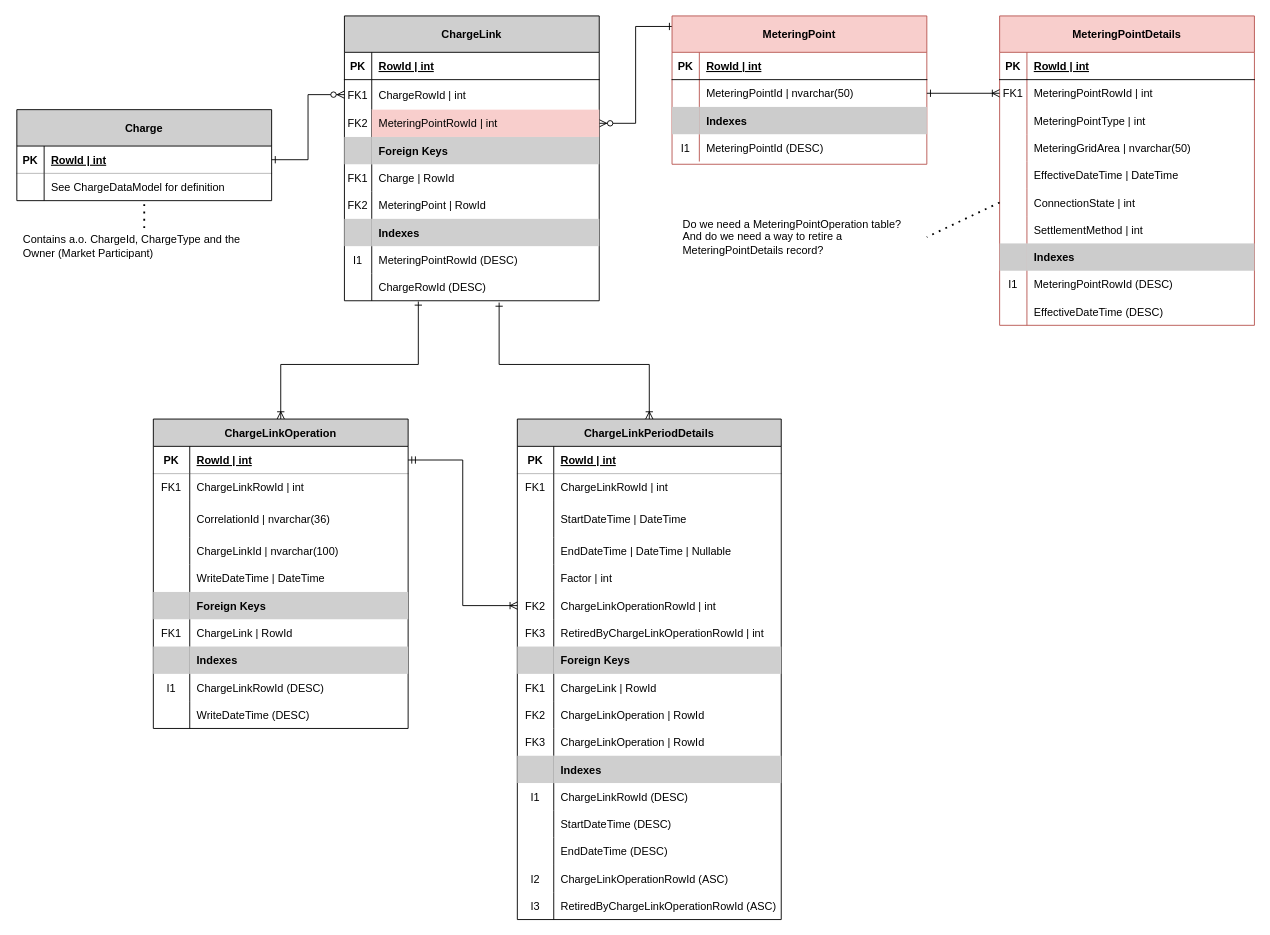
Earlier version of the draw.io diagram docs/data-models/ChargeLinkDataModel.drawio (Energinet-DataHub/ARCHIVED-geh-charges). Source tidied: cells renumbered, new cells numbered last; positions are measured from the earlier drawing's top-left corner, leaving out a move shared by most shapes. Both pictures are drawn from the tidied source at 91%, with x=0, y=0 at pixel (16, 15).
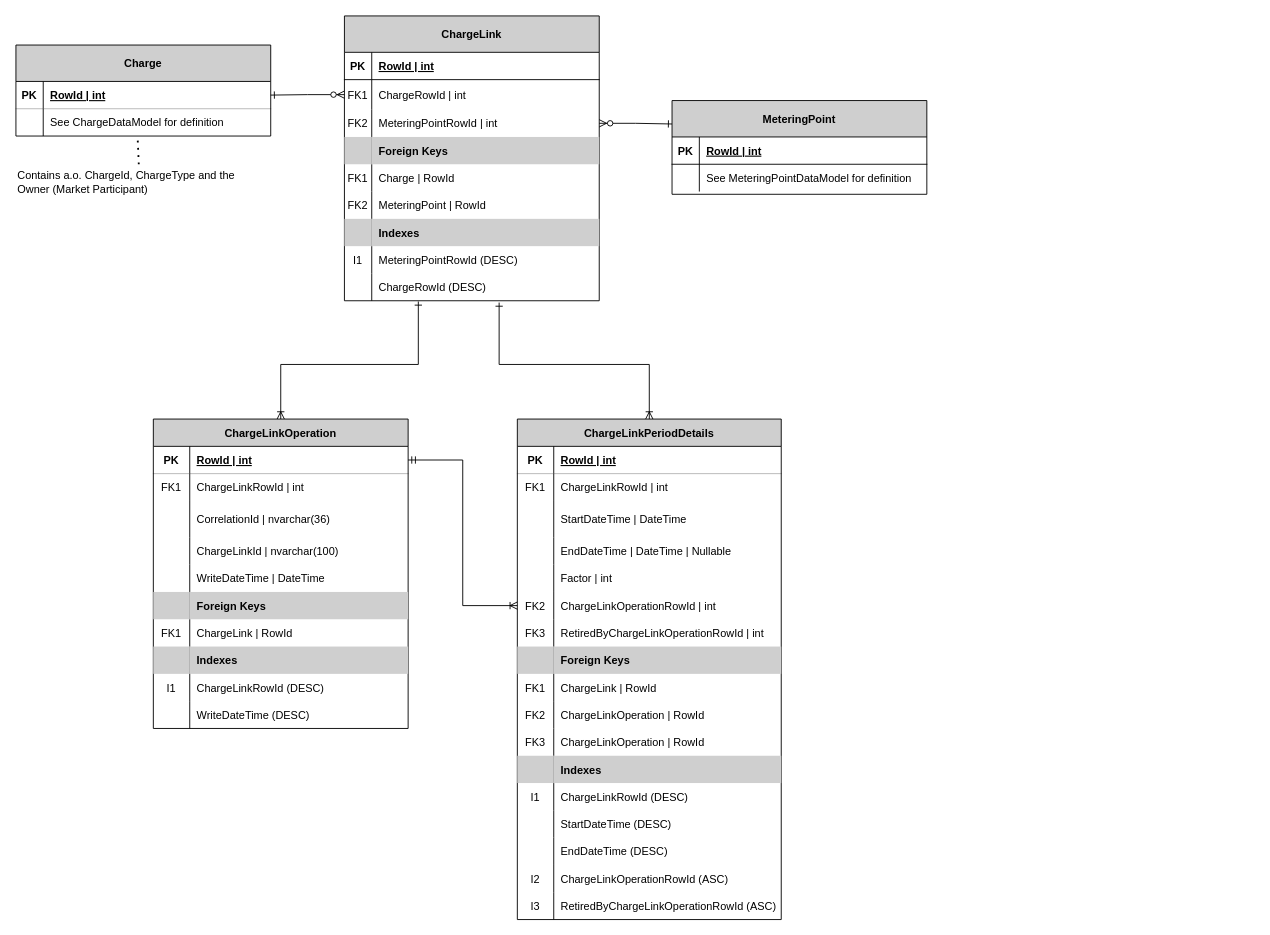
The same diagram, later.

Unchanged cells that the change refers to:
```xml
<mxCell id="8" style="shape=partialRectangle;fillColor=none;top=0;left=0;bottom=0;right=0;points=[[0,0.5],[1,0.5]];portConstraint=eastwest;textOpacity=30;" parent="4" vertex="1">
  <mxGeometry y="70" width="280" height="33" as="geometry" />
</mxCell>
<mxCell id="11" style="shape=partialRectangle;fillColor=none;top=0;left=0;bottom=0;right=0;points=[[0,0.5],[1,0.5]];portConstraint=eastwest;textOpacity=30;" parent="4" vertex="1">
  <mxGeometry y="103" width="280" height="30" as="geometry" />
</mxCell>
<mxCell id="64" style="shape=partialRectangle;fillColor=none;top=0;left=0;bottom=1;right=0;points=[[0,0.5],[1,0.5]];portConstraint=eastwest;opacity=30;textOpacity=30;" parent="63" vertex="1">
  <mxGeometry y="40" width="280" height="30" as="geometry" />
</mxCell>
<mxCell id="67" style="shape=partialRectangle;fillColor=none;top=0;left=0;bottom=0;right=0;points=[[0,0.5],[1,0.5]];portConstraint=eastwest;opacity=30;textOpacity=30;" parent="63" vertex="1">
  <mxGeometry y="70" width="280" height="30" as="geometry" />
</mxCell>
<mxCell id="74" style="shape=partialRectangle;fillColor=none;top=0;left=0;bottom=0;right=0;points=[[0,0.5],[1,0.5]];portConstraint=eastwest;" parent="70" vertex="1">
  <mxGeometry y="70" width="280" height="30" as="geometry" />
</mxCell>
```

Change to the diagram source:
```diff
@@
-    <mxCell id="2" style="edgeStyle=orthogonalEdgeStyle;rounded=0;jettySize=auto;html=1;entryX=0.004;entryY=0.071;entryDx=0;entryDy=0;entryPerimeter=0;fontColor=#000000;startArrow=ERzeroToMany;startFill=1;endArrow=ERone;endFill=0;exitX=1;exitY=0.5;exitDx=0;exitDy=0;" parent="1" edge="1" source="11" target="70">
+    <mxCell id="2" style="edgeStyle=orthogonalEdgeStyle;rounded=0;jettySize=auto;html=1;entryX=0;entryY=0.25;entryDx=0;entryDy=0;fontColor=#000000;startArrow=ERzeroToMany;startFill=1;endArrow=ERone;endFill=0;exitX=1;exitY=0.5;exitDx=0;exitDy=0;" parent="1" edge="1" source="11" target="70">
       <mxGeometry relative="1" as="geometry" />
     </mxCell>
@@
-    <mxCell id="13" value="MeteringPointRowId | int" style="shape=partialRectangle;fillColor=#f8cecc;top=0;left=0;bottom=0;right=0;align=left;spacingLeft=6;overflow=hidden;strokeColor=#b85450;" parent="11" vertex="1">
+    <mxCell id="13" value="MeteringPointRowId | int" style="shape=partialRectangle;top=0;left=0;bottom=0;right=0;align=left;spacingLeft=6;overflow=hidden;strokeColor=#b85450;fillColor=none;" parent="11" vertex="1">
       <mxGeometry x="30" width="250" height="30" as="geometry" />
     </mxCell>
@@
     <mxCell id="63" value="Charge" style="shape=table;startSize=40;childLayout=tableLayout;rowLines=0;fontStyle=1;align=center;fillColor=#CFCFCF;" parent="1" vertex="1">
-      <mxGeometry y="103" width="280" height="100" as="geometry" />
+      <mxGeometry x="-1" y="32" width="280" height="100" as="geometry" />
     </mxCell>
@@
-    <mxCell id="70" value="MeteringPoint" style="shape=table;startSize=40;childLayout=tableLayout;rowLines=0;fontStyle=1;align=center;fillColor=#f8cecc;strokeColor=#b85450;" parent="1" vertex="1">
-      <mxGeometry x="720" width="280" height="163" as="geometry" />
+    <mxCell id="70" value="MeteringPoint" style="shape=table;startSize=40;childLayout=tableLayout;rowLines=0;fontStyle=1;align=center;fillColor=#CFCFCF;" parent="1" vertex="1">
+      <mxGeometry x="720" y="93" width="280" height="103" as="geometry" />
     </mxCell>
@@
-    <mxCell id="76" value="MeteringPointId | nvarchar(50)" style="shape=partialRectangle;fillColor=none;top=0;left=0;bottom=0;right=0;align=left;spacingLeft=6;overflow=hidden;" parent="74" vertex="1">
+    <mxCell id="76" value="See MeteringPointDataModel for definition" style="shape=partialRectangle;fillColor=none;top=0;left=0;bottom=0;right=0;align=left;spacingLeft=6;overflow=hidden;" parent="74" vertex="1">
       <mxGeometry x="30" width="250" height="30" as="geometry" />
     </mxCell>
-    <mxCell id="77" style="shape=partialRectangle;top=0;left=0;bottom=0;right=0;strokeColor=#d6b656;fillColor=none;" parent="70" vertex="1">
-      <mxGeometry y="100" width="280" height="30" as="geometry" />
-    </mxCell>
-    <mxCell id="78" style="shape=partialRectangle;top=0;left=0;bottom=0;right=0;overflow=hidden;fillColor=#CCCCCC;" parent="77" vertex="1">
-      <mxGeometry width="30" height="30" as="geometry" />
-    </mxCell>
-    <mxCell id="79" value="Indexes" style="shape=partialRectangle;top=0;left=0;bottom=0;right=0;align=left;spacingLeft=6;overflow=hidden;fillColor=#CCCCCC;fontStyle=1;" parent="77" vertex="1">
-      <mxGeometry x="30" width="250" height="30" as="geometry" />
-    </mxCell>
-    <mxCell id="80" style="shape=partialRectangle;fillColor=none;top=0;left=0;bottom=0;right=0;" parent="70" vertex="1">
-      <mxGeometry y="130" width="280" height="30" as="geometry" />
-    </mxCell>
-    <mxCell id="81" value="I1" style="shape=partialRectangle;fillColor=none;top=0;left=0;bottom=0;right=0;overflow=hidden;" parent="80" vertex="1">
-      <mxGeometry width="30" height="30" as="geometry" />
-    </mxCell>
-    <mxCell id="82" value="MeteringPointId (DESC)" style="shape=partialRectangle;fillColor=none;top=0;left=0;bottom=0;right=0;align=left;spacingLeft=6;overflow=hidden;" parent="80" vertex="1">
-      <mxGeometry x="30" width="250" height="30" as="geometry" />
-    </mxCell>
-    <mxCell id="83" style="edgeStyle=orthogonalEdgeStyle;rounded=0;jettySize=auto;html=1;entryX=1;entryY=0.5;entryDx=0;entryDy=0;fontColor=#000000;startArrow=ERzeroToMany;startFill=1;endArrow=ERone;endFill=0;exitX=0;exitY=0.5;exitDx=0;exitDy=0;" parent="1" edge="1" source="8" target="64">
+    <mxCell id="83" style="edgeStyle=orthogonalEdgeStyle;rounded=0;jettySize=auto;html=1;fontColor=#000000;startArrow=ERzeroToMany;startFill=1;endArrow=ERone;endFill=0;exitX=0;exitY=0.5;exitDx=0;exitDy=0;entryX=1;entryY=0.5;entryDx=0;entryDy=0;" parent="1" edge="1" source="8" target="64">
       <mxGeometry relative="1" as="geometry" />
     </mxCell>
@@
     <mxCell id="137" value="Contains a.o. ChargeId, ChargeType and the Owner (Market Participant)" style="text;html=1;strokeColor=none;fillColor=none;align=left;verticalAlign=middle;whiteSpace=wrap;rounded=0;" parent="1" vertex="1">
-      <mxGeometry x="5" y="233" width="270" height="40" as="geometry" />
+      <mxGeometry x="-1" y="163" width="270" height="40" as="geometry" />
     </mxCell>
-    <mxCell id="138" style="endArrow=none;dashed=1;html=1;dashPattern=1 3;strokeWidth=2;exitX=0.5;exitY=0;exitDx=0;exitDy=0;" parent="1" edge="1" source="137">
-      <mxGeometry relative="1" as="geometry">
-        <mxPoint x="140" y="203" as="targetPoint" />
-      </mxGeometry>
+    <mxCell id="138" style="endArrow=none;dashed=1;html=1;dashPattern=1 3;strokeWidth=2;exitX=0.5;exitY=0;exitDx=0;exitDy=0;entryX=0.478;entryY=1.14;entryDx=0;entryDy=0;entryPerimeter=0;" parent="1" edge="1" source="137" target="67">
+      <mxGeometry relative="1" as="geometry" />
     </mxCell>
-    <mxCell id="139" value="MeteringPointDetails" style="shape=table;startSize=40;childLayout=tableLayout;rowLines=0;fontStyle=1;align=center;fillColor=#f8cecc;strokeColor=#b85450;" parent="1" vertex="1">
-      <mxGeometry x="1080" width="280" height="340" as="geometry" />
-    </mxCell>
-    <mxCell id="140" style="shape=partialRectangle;fillColor=none;top=0;left=0;bottom=1;right=0;" parent="139" vertex="1">
-      <mxGeometry y="40" width="280" height="30" as="geometry" />
-    </mxCell>
-    <mxCell id="141" value="PK" style="shape=partialRectangle;fillColor=none;top=0;left=0;bottom=0;right=0;fontStyle=1;overflow=hidden;" parent="140" vertex="1">
-      <mxGeometry width="30" height="30" as="geometry" />
-    </mxCell>
-    <mxCell id="142" value="RowId | int" style="shape=partialRectangle;fillColor=none;top=0;left=0;bottom=0;right=0;align=left;spacingLeft=6;fontStyle=5;overflow=hidden;" parent="140" vertex="1">
-      <mxGeometry x="30" width="250" height="30" as="geometry" />
-    </mxCell>
-    <mxCell id="143" style="shape=partialRectangle;fillColor=none;top=0;left=0;bottom=0;right=0;points=[[0,0.5],[1,0.5]];portConstraint=eastwest;" parent="139" vertex="1">
-      <mxGeometry y="70" width="280" height="30" as="geometry" />
-    </mxCell>
-    <mxCell id="144" value="FK1" style="shape=partialRectangle;fillColor=none;top=0;left=0;bottom=0;right=0;overflow=hidden;" parent="143" vertex="1">
-      <mxGeometry width="30" height="30" as="geometry" />
-    </mxCell>
-    <mxCell id="145" value="MeteringPointRowId | int" style="shape=partialRectangle;fillColor=none;top=0;left=0;bottom=0;right=0;align=left;spacingLeft=6;overflow=hidden;" parent="143" vertex="1">
-      <mxGeometry x="30" width="250" height="30" as="geometry" />
-    </mxCell>
-    <mxCell id="146" style="shape=partialRectangle;fillColor=none;top=0;left=0;bottom=0;right=0;" parent="139" vertex="1">
-      <mxGeometry y="100" width="280" height="30" as="geometry" />
-    </mxCell>
-    <mxCell id="147" style="shape=partialRectangle;fillColor=none;top=0;left=0;bottom=0;right=0;overflow=hidden;" parent="146" vertex="1">
-      <mxGeometry width="30" height="30" as="geometry" />
-    </mxCell>
-    <mxCell id="148" value="MeteringPointType | int" style="shape=partialRectangle;fillColor=none;top=0;left=0;bottom=0;right=0;align=left;spacingLeft=6;overflow=hidden;" parent="146" vertex="1">
-      <mxGeometry x="30" width="250" height="30" as="geometry" />
-    </mxCell>
-    <mxCell id="149" style="shape=partialRectangle;fillColor=none;top=0;left=0;bottom=0;right=0;" parent="139" vertex="1">
-      <mxGeometry y="130" width="280" height="30" as="geometry" />
-    </mxCell>
-    <mxCell id="150" style="shape=partialRectangle;fillColor=none;top=0;left=0;bottom=0;right=0;overflow=hidden;" parent="149" vertex="1">
-      <mxGeometry width="30" height="30" as="geometry" />
-    </mxCell>
-    <mxCell id="151" value="MeteringGridArea | nvarchar(50)" style="shape=partialRectangle;fillColor=none;top=0;left=0;bottom=0;right=0;align=left;spacingLeft=6;overflow=hidden;" parent="149" vertex="1">
-      <mxGeometry x="30" width="250" height="30" as="geometry" />
-    </mxCell>
-    <mxCell id="152" style="shape=partialRectangle;fillColor=none;top=0;left=0;bottom=0;right=0;" parent="139" vertex="1">
-      <mxGeometry y="160" width="280" height="30" as="geometry" />
-    </mxCell>
-    <mxCell id="153" style="shape=partialRectangle;fillColor=none;top=0;left=0;bottom=0;right=0;overflow=hidden;" parent="152" vertex="1">
-      <mxGeometry width="30" height="30" as="geometry" />
-    </mxCell>
-    <mxCell id="154" value="EffectiveDateTime | DateTime" style="shape=partialRectangle;fillColor=none;top=0;left=0;bottom=0;right=0;align=left;spacingLeft=6;overflow=hidden;fontStyle=0;" parent="152" vertex="1">
-      <mxGeometry x="30" width="250" height="30" as="geometry" />
-    </mxCell>
-    <mxCell id="155" style="shape=partialRectangle;fillColor=none;top=0;left=0;bottom=0;right=0;points=[[0,0.5],[1,0.5]];portConstraint=eastwest;" parent="139" vertex="1">
-      <mxGeometry y="190" width="280" height="30" as="geometry" />
-    </mxCell>
-    <mxCell id="156" style="shape=partialRectangle;fillColor=none;top=0;left=0;bottom=0;right=0;overflow=hidden;" parent="155" vertex="1">
-      <mxGeometry width="30" height="30" as="geometry" />
-    </mxCell>
-    <mxCell id="157" value="ConnectionState | int" style="shape=partialRectangle;fillColor=none;top=0;left=0;bottom=0;right=0;align=left;spacingLeft=6;overflow=hidden;" parent="155" vertex="1">
-      <mxGeometry x="30" width="250" height="30" as="geometry" />
-    </mxCell>
-    <mxCell id="158" style="shape=partialRectangle;fillColor=none;top=0;left=0;bottom=0;right=0;" parent="139" vertex="1">
-      <mxGeometry y="220" width="280" height="30" as="geometry" />
-    </mxCell>
-    <mxCell id="159" style="shape=partialRectangle;fillColor=none;top=0;left=0;bottom=0;right=0;overflow=hidden;" parent="158" vertex="1">
-      <mxGeometry width="30" height="30" as="geometry" />
-    </mxCell>
-    <mxCell id="160" value="SettlementMethod | int" style="shape=partialRectangle;fillColor=none;top=0;left=0;bottom=0;right=0;align=left;spacingLeft=6;overflow=hidden;" parent="158" vertex="1">
-      <mxGeometry x="30" width="250" height="30" as="geometry" />
-    </mxCell>
-    <mxCell id="161" style="shape=partialRectangle;top=0;left=0;bottom=0;right=0;strokeColor=#d6b656;fillColor=none;" parent="139" vertex="1">
-      <mxGeometry y="250" width="280" height="30" as="geometry" />
-    </mxCell>
-    <mxCell id="162" style="shape=partialRectangle;top=0;left=0;bottom=0;right=0;overflow=hidden;fillColor=#CCCCCC;" parent="161" vertex="1">
-      <mxGeometry width="30" height="30" as="geometry" />
-    </mxCell>
-    <mxCell id="163" value="Indexes" style="shape=partialRectangle;top=0;left=0;bottom=0;right=0;align=left;spacingLeft=6;overflow=hidden;fillColor=#CCCCCC;fontStyle=1;" parent="161" vertex="1">
-      <mxGeometry x="30" width="250" height="30" as="geometry" />
-    </mxCell>
-    <mxCell id="164" style="shape=partialRectangle;fillColor=none;top=0;left=0;bottom=0;right=0;" parent="139" vertex="1">
-      <mxGeometry y="280" width="280" height="30" as="geometry" />
-    </mxCell>
-    <mxCell id="165" value="I1" style="shape=partialRectangle;fillColor=none;top=0;left=0;bottom=0;right=0;overflow=hidden;" parent="164" vertex="1">
-      <mxGeometry width="30" height="30" as="geometry" />
-    </mxCell>
-    <mxCell id="166" value="MeteringPointRowId (DESC)" style="shape=partialRectangle;fillColor=none;top=0;left=0;bottom=0;right=0;align=left;spacingLeft=6;overflow=hidden;" parent="164" vertex="1">
-      <mxGeometry x="30" width="250" height="30" as="geometry" />
-    </mxCell>
-    <mxCell id="167" style="shape=partialRectangle;fillColor=none;top=0;left=0;bottom=0;right=0;" parent="139" vertex="1">
-      <mxGeometry y="310" width="280" height="30" as="geometry" />
-    </mxCell>
-    <mxCell id="168" style="shape=partialRectangle;fillColor=none;top=0;left=0;bottom=0;right=0;overflow=hidden;" parent="167" vertex="1">
-      <mxGeometry width="30" height="30" as="geometry" />
-    </mxCell>
-    <mxCell id="169" value="EffectiveDateTime (DESC)" style="shape=partialRectangle;fillColor=none;top=0;left=0;bottom=0;right=0;align=left;spacingLeft=6;overflow=hidden;" parent="167" vertex="1">
-      <mxGeometry x="30" width="250" height="30" as="geometry" />
-    </mxCell>
-    <mxCell id="170" style="edgeStyle=orthogonalEdgeStyle;rounded=0;jettySize=auto;html=1;entryX=1;entryY=0.5;entryDx=0;entryDy=0;fontColor=#000000;startArrow=ERoneToMany;startFill=0;endArrow=ERone;endFill=0;exitX=0;exitY=0.5;exitDx=0;exitDy=0;" parent="1" edge="1" source="143" target="74">
-      <mxGeometry relative="1" as="geometry" />
-    </mxCell>
@@
-    <mxCell id="172" value="Do we need a MeteringPointOperation table?&lt;br&gt;And do we need a way to retire a MeteringPointDetails record?" style="text;html=1;strokeColor=none;fillColor=none;align=left;verticalAlign=middle;whiteSpace=wrap;rounded=0;" parent="1" vertex="1">
-      <mxGeometry x="730" y="223" width="270" height="40" as="geometry" />
-    </mxCell>
-    <mxCell id="173" style="endArrow=none;dashed=1;html=1;dashPattern=1 3;strokeWidth=2;fontColor=#FFFF66;entryX=1;entryY=0.5;entryDx=0;entryDy=0;exitX=0;exitY=0.5;exitDx=0;exitDy=0;" parent="1" edge="1" source="155" target="172">
-      <mxGeometry relative="1" as="geometry" />
-    </mxCell>
```
